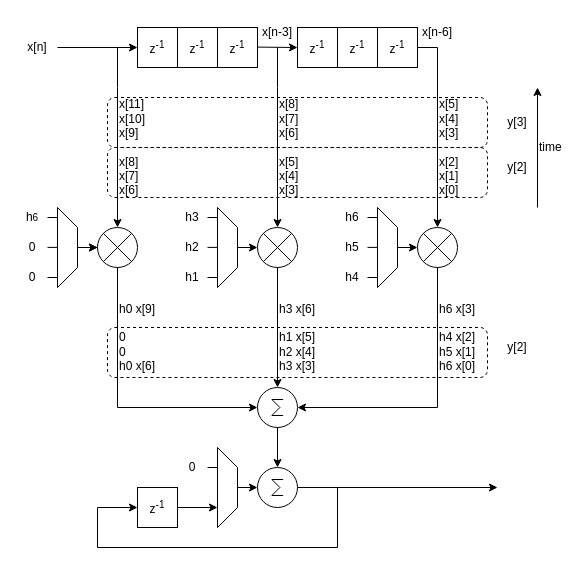
The draw.io diagram page "delay_input_multiply_in_fast_domain_annotated" (7 of 9) of assets/polyphase/polyphase.drawio in tomverbeure/tomverbeure.github.io, before the edit. Source tidied: cells renumbered, new cells numbered last; positions are measured from the earlier drawing's top-left corner, leaving out a move shared by most shapes. Both pictures are drawn from the tidied source at 100%, with x=0, y=0 at pixel (17, 17).
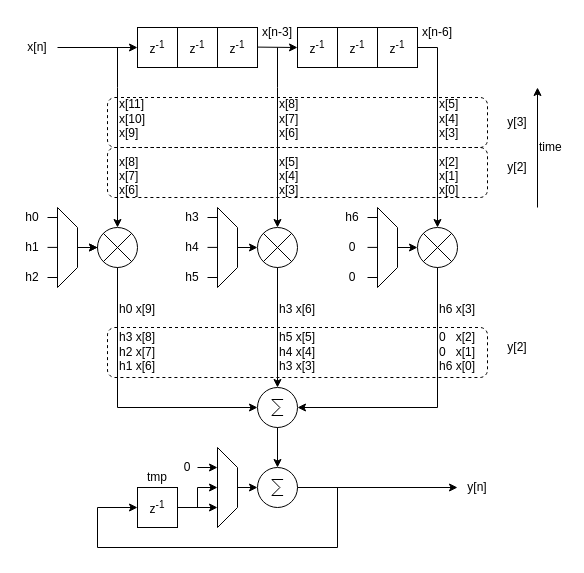
Above is the later version.

Unchanged cells that the change refers to:
```xml
<mxCell id="35" style="verticalLabelPosition=bottom;shadow=0;dashed=0;align=center;html=1;verticalAlign=top;shape=mxgraph.electrical.abstract.sum;" parent="1" vertex="1">
  <mxGeometry x="240" y="450" width="40" height="40" as="geometry" />
</mxCell>
<mxCell id="37" style="shape=trapezoid;perimeter=trapezoidPerimeter;whiteSpace=wrap;html=1;fixedSize=1;rotation=90;" parent="1" vertex="1">
  <mxGeometry x="170" y="460" width="80" height="20" as="geometry" />
</mxCell>
```

Diff of the diagram source:
```diff
@@
-    <mxCell id="38" style="endArrow=none;html=1;rounded=0;entryX=0.25;entryY=1;entryDx=0;entryDy=0;" parent="1" edge="1">
-      <mxGeometry relative="1" as="geometry">
-        <mxPoint x="190" y="450" as="sourcePoint" />
-        <mxPoint x="200" y="450" as="targetPoint" />
-      </mxGeometry>
-    </mxCell>
     <mxCell id="39" value="0" style="text;html=1;strokeColor=none;fillColor=none;align=center;verticalAlign=middle;whiteSpace=wrap;rounded=0;" parent="1" vertex="1">
-      <mxGeometry x="160" y="440" width="30" height="20" as="geometry" />
+      <mxGeometry x="160" y="440" width="20" height="20" as="geometry" />
     </mxCell>
@@
     <mxCell id="42" style="endArrow=classic;html=1;rounded=0;exitX=1;exitY=0.5;exitDx=0;exitDy=0;exitPerimeter=0;" parent="1" edge="1" source="35">
       <mxGeometry relative="1" as="geometry">
-        <mxPoint x="480" y="470" as="targetPoint" />
+        <mxPoint x="440" y="470" as="targetPoint" />
       </mxGeometry>
     </mxCell>
@@
-    <mxCell id="56" value="h6 x[3]&lt;br&gt;&lt;br&gt;h4 x[2]&lt;br&gt;h5 x[1]&lt;br&gt;h6 x[0]" style="text;html=1;strokeColor=none;fillColor=none;align=left;verticalAlign=middle;whiteSpace=wrap;rounded=0;" parent="1" vertex="1">
+    <mxCell id="56" value="h6 x[3]&lt;br&gt;&lt;br&gt;0&amp;nbsp; &amp;nbsp;x[2]&lt;br&gt;0&amp;nbsp; &amp;nbsp;x[1]&lt;br&gt;h6 x[0]" style="text;html=1;strokeColor=none;fillColor=none;align=left;verticalAlign=middle;whiteSpace=wrap;rounded=0;" parent="1" vertex="1">
       <mxGeometry x="420" y="270" width="60" height="100" as="geometry" />
     </mxCell>
-    <mxCell id="57" value="h3 x[6]&lt;br&gt;&lt;br&gt;h1 x[5]&lt;br&gt;h2 x[4]&lt;br&gt;h3 x[3]" style="text;html=1;strokeColor=none;fillColor=none;align=left;verticalAlign=middle;whiteSpace=wrap;rounded=0;" parent="1" vertex="1">
+    <mxCell id="57" value="h3 x[6]&lt;br&gt;&lt;br&gt;h5 x[5]&lt;br&gt;h4 x[4]&lt;br&gt;h3 x[3]" style="text;html=1;strokeColor=none;fillColor=none;align=left;verticalAlign=middle;whiteSpace=wrap;rounded=0;" parent="1" vertex="1">
       <mxGeometry x="260" y="270" width="60" height="100" as="geometry" />
     </mxCell>
-    <mxCell id="58" value="h0 x[9]&lt;br&gt;&lt;br&gt;0&lt;br&gt;0&lt;br&gt;h0 x[6]" style="text;html=1;strokeColor=none;fillColor=none;align=left;verticalAlign=middle;whiteSpace=wrap;rounded=0;" parent="1" vertex="1">
+    <mxCell id="58" value="h0 x[9]&lt;br&gt;&lt;br&gt;h3 x[8]&lt;br&gt;h2 x[7]&lt;br&gt;h1 x[6]" style="text;html=1;strokeColor=none;fillColor=none;align=left;verticalAlign=middle;whiteSpace=wrap;rounded=0;" parent="1" vertex="1">
       <mxGeometry x="100" y="270" width="60" height="100" as="geometry" />
     </mxCell>
-    <mxCell id="59" value="h&lt;span style=&quot;font-size: 10px;&quot;&gt;6&lt;/span&gt;" style="text;html=1;strokeColor=none;fillColor=none;align=center;verticalAlign=middle;whiteSpace=wrap;rounded=0;" parent="1" vertex="1">
+    <mxCell id="59" value="h0" style="text;html=1;strokeColor=none;fillColor=none;align=center;verticalAlign=middle;whiteSpace=wrap;rounded=0;" parent="1" vertex="1">
       <mxGeometry y="190" width="30" height="20" as="geometry" />
     </mxCell>
-    <mxCell id="60" value="0" style="text;html=1;strokeColor=none;fillColor=none;align=center;verticalAlign=middle;whiteSpace=wrap;rounded=0;" parent="1" vertex="1">
+    <mxCell id="60" value="h1" style="text;html=1;strokeColor=none;fillColor=none;align=center;verticalAlign=middle;whiteSpace=wrap;rounded=0;" parent="1" vertex="1">
       <mxGeometry y="220" width="30" height="20" as="geometry" />
     </mxCell>
-    <mxCell id="61" value="0" style="text;html=1;strokeColor=none;fillColor=none;align=center;verticalAlign=middle;whiteSpace=wrap;rounded=0;" parent="1" vertex="1">
+    <mxCell id="61" value="h2" style="text;html=1;strokeColor=none;fillColor=none;align=center;verticalAlign=middle;whiteSpace=wrap;rounded=0;" parent="1" vertex="1">
       <mxGeometry y="250" width="30" height="20" as="geometry" />
     </mxCell>
@@
-    <mxCell id="63" value="h5" style="text;html=1;strokeColor=none;fillColor=none;align=center;verticalAlign=middle;whiteSpace=wrap;rounded=0;" parent="1" vertex="1">
+    <mxCell id="63" value="0" style="text;html=1;strokeColor=none;fillColor=none;align=center;verticalAlign=middle;whiteSpace=wrap;rounded=0;" parent="1" vertex="1">
       <mxGeometry x="320" y="220" width="30" height="20" as="geometry" />
     </mxCell>
-    <mxCell id="64" value="h4" style="text;html=1;strokeColor=none;fillColor=none;align=center;verticalAlign=middle;whiteSpace=wrap;rounded=0;" parent="1" vertex="1">
+    <mxCell id="64" value="0" style="text;html=1;strokeColor=none;fillColor=none;align=center;verticalAlign=middle;whiteSpace=wrap;rounded=0;" parent="1" vertex="1">
       <mxGeometry x="320" y="250" width="30" height="20" as="geometry" />
     </mxCell>
@@
-    <mxCell id="66" value="h2" style="text;html=1;strokeColor=none;fillColor=none;align=center;verticalAlign=middle;whiteSpace=wrap;rounded=0;" parent="1" vertex="1">
+    <mxCell id="66" value="h4" style="text;html=1;strokeColor=none;fillColor=none;align=center;verticalAlign=middle;whiteSpace=wrap;rounded=0;" parent="1" vertex="1">
       <mxGeometry x="160" y="220" width="30" height="20" as="geometry" />
     </mxCell>
-    <mxCell id="67" value="h1" style="text;html=1;strokeColor=none;fillColor=none;align=center;verticalAlign=middle;whiteSpace=wrap;rounded=0;" parent="1" vertex="1">
+    <mxCell id="67" value="h5" style="text;html=1;strokeColor=none;fillColor=none;align=center;verticalAlign=middle;whiteSpace=wrap;rounded=0;" parent="1" vertex="1">
       <mxGeometry x="160" y="250" width="30" height="20" as="geometry" />
     </mxCell>
@@
+    <mxCell id="72" value="y[n]" style="text;html=1;strokeColor=none;fillColor=none;align=center;verticalAlign=middle;whiteSpace=wrap;rounded=0;" parent="1" vertex="1">
+      <mxGeometry x="440" y="460" width="40" height="20" as="geometry" />
+    </mxCell>
+    <mxCell id="73" value="tmp" style="text;html=1;strokeColor=none;fillColor=none;align=center;verticalAlign=middle;whiteSpace=wrap;rounded=0;" parent="1" vertex="1">
+      <mxGeometry x="120" y="450" width="40" height="20" as="geometry" />
+    </mxCell>
+    <mxCell id="74" style="endArrow=classic;html=1;rounded=0;entryX=0.5;entryY=1;entryDx=0;entryDy=0;" parent="1" edge="1" target="37">
+      <mxGeometry relative="1" as="geometry">
+        <mxPoint x="180" y="490" as="sourcePoint" />
+        <Array as="points">
+          <mxPoint x="180" y="470" />
+        </Array>
+      </mxGeometry>
+    </mxCell>
+    <mxCell id="75" style="endArrow=classic;html=1;rounded=0;entryX=0.75;entryY=1;entryDx=0;entryDy=0;" parent="1" edge="1">
+      <mxGeometry relative="1" as="geometry">
+        <mxPoint x="180" y="450" as="sourcePoint" />
+        <mxPoint x="200" y="450" as="targetPoint" />
+      </mxGeometry>
+    </mxCell>
```
